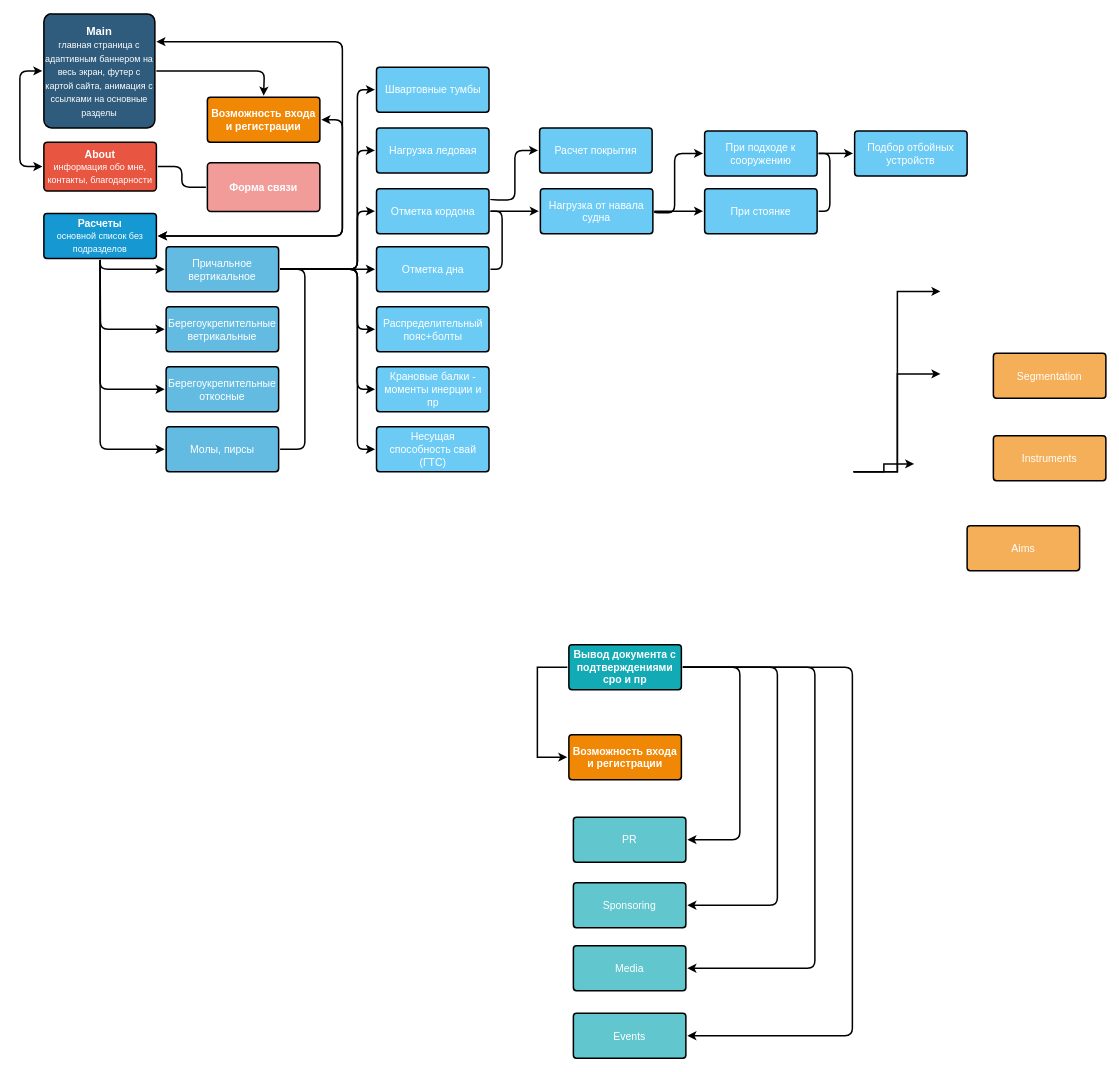
Above: Untitled Diagram.drawio in plasticWorld/The_Rose_Curve (draw.io), before the change. Source tidied: cells renumbered, new cells numbered last; positions are measured from the earlier drawing's top-left corner, leaving out a move shared by most shapes. Both pictures are drawn from the tidied source at 75%, with x=0, y=0 at pixel (15, 14).
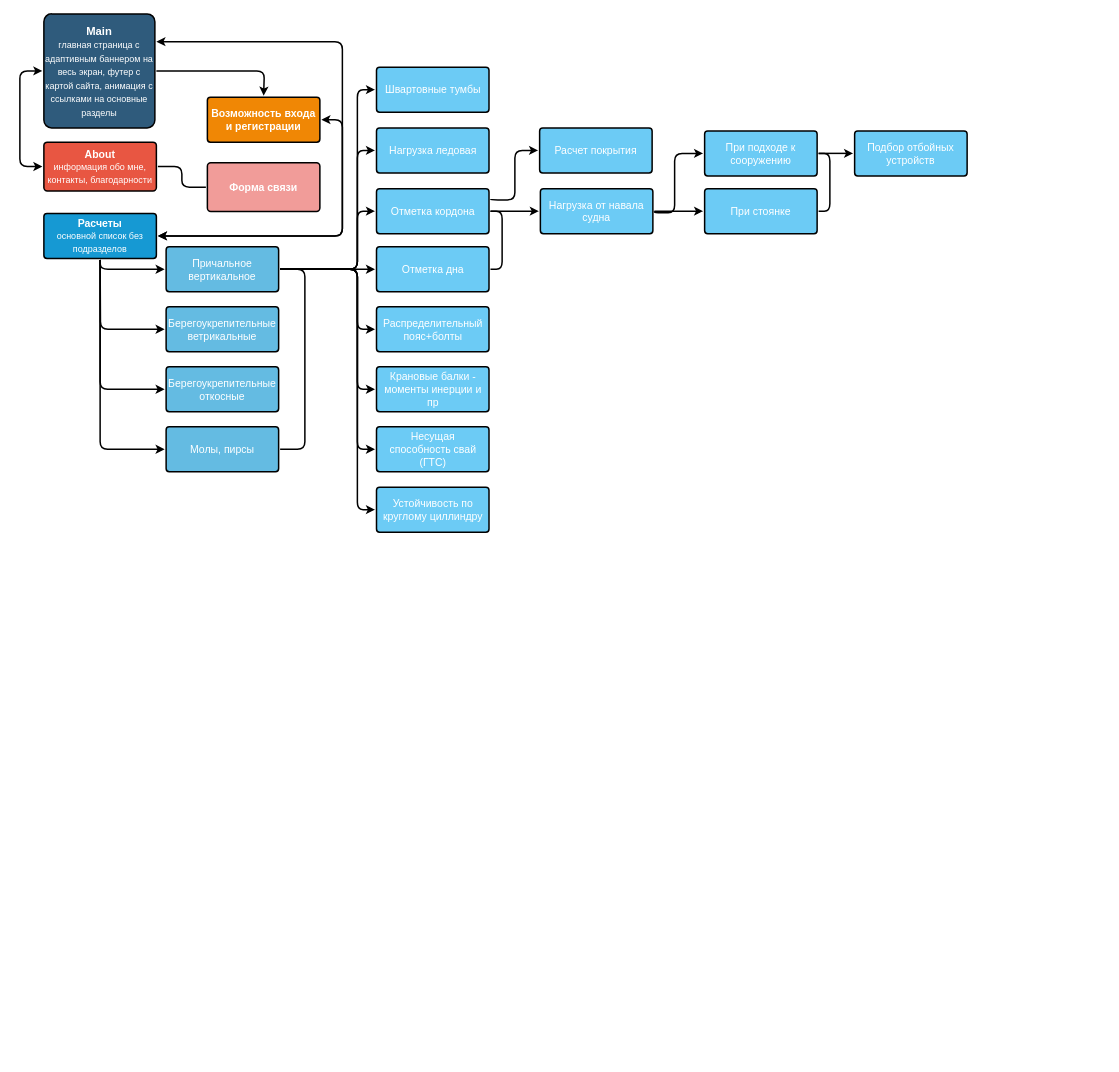
The same page after the edit.

The change refers to these unchanged cells:
```xml
<mxCell id="23" value="Причальное вертикальное" style="rounded=1;whiteSpace=wrap;html=1;shadow=0;labelBackgroundColor=none;strokeColor=#000000;strokeWidth=2;fillColor=#64bbe2;fontFamily=Helvetica;fontSize=14;fontColor=#FFFFFF;align=center;spacing=5;arcSize=7;perimeterSpacing=2;" parent="1" vertex="1">
  <mxGeometry x="201" y="310.5" width="150" height="60" as="geometry" />
</mxCell>
```

Change to the diagram source:
```diff
@@
-    <mxCell id="3" style="edgeStyle=elbowEdgeStyle;rounded=0;jumpStyle=none;jettySize=auto;html=1;entryX=0;entryY=0.5;entryDx=0;entryDy=0;endArrow=classic;endFill=1;strokeColor=#000000;strokeWidth=2;fontSize=14;exitX=0;exitY=0.5;exitDx=0;exitDy=0;" parent="1" edge="1" source="42" target="35">
-      <mxGeometry relative="1" as="geometry">
-        <Array as="points">
-          <mxPoint x="696" y="811" />
-          <mxPoint x="696" y="821" />
-          <mxPoint x="696" y="701" />
-          <mxPoint x="696" y="781" />
-          <mxPoint x="696" y="701" />
-          <mxPoint x="696" y="651" />
-        </Array>
-      </mxGeometry>
-    </mxCell>
@@
-    <mxCell id="35" value="Возможность входа и регистрации" style="rounded=1;whiteSpace=wrap;html=1;shadow=0;labelBackgroundColor=none;strokeColor=#000000;strokeWidth=2;fillColor=#F08705;fontFamily=Helvetica;fontSize=14;fontColor=#FFFFFF;align=center;spacing=5;fontStyle=1;arcSize=7;perimeterSpacing=2;" parent="1" vertex="1">
-      <mxGeometry x="738" y="961" width="150" height="60" as="geometry" />
-    </mxCell>
-    <mxCell id="36" value="Aims&lt;br&gt;" style="rounded=1;whiteSpace=wrap;html=1;shadow=0;labelBackgroundColor=none;strokeColor=#000000;strokeWidth=2;fillColor=#f5af58;fontFamily=Helvetica;fontSize=14;fontColor=#FFFFFF;align=center;spacing=5;arcSize=7;perimeterSpacing=2;" parent="1" vertex="1">
-      <mxGeometry x="1269" y="682.5" width="150" height="60" as="geometry" />
-    </mxCell>
-    <mxCell id="37" style="edgeStyle=elbowEdgeStyle;rounded=0;jumpStyle=none;html=1;shadow=0;labelBackgroundColor=none;startArrow=none;startFill=0;endArrow=classic;endFill=1;jettySize=auto;orthogonalLoop=1;strokeColor=#000000;strokeWidth=2;fontFamily=Helvetica;fontSize=14;fontColor=#FFFFFF;spacing=5;" parent="1" edge="1">
-      <mxGeometry relative="1" as="geometry">
-        <mxPoint x="1117.5" y="610.5" as="sourcePoint" />
-        <mxPoint x="1198.5" y="600" as="targetPoint" />
-      </mxGeometry>
-    </mxCell>
-    <mxCell id="38" value="Instruments" style="rounded=1;whiteSpace=wrap;html=1;shadow=0;labelBackgroundColor=none;strokeColor=#000000;strokeWidth=2;fillColor=#f5af58;fontFamily=Helvetica;fontSize=14;fontColor=#FFFFFF;align=center;spacing=5;arcSize=7;perimeterSpacing=2;" parent="1" vertex="1">
-      <mxGeometry x="1304" y="562.5" width="150" height="60" as="geometry" />
-    </mxCell>
-    <mxCell id="39" style="edgeStyle=elbowEdgeStyle;rounded=0;jumpStyle=none;html=1;shadow=0;labelBackgroundColor=none;startArrow=none;startFill=0;endArrow=classic;endFill=1;jettySize=auto;orthogonalLoop=1;strokeColor=#000000;strokeWidth=2;fontFamily=Helvetica;fontSize=14;fontColor=#FFFFFF;spacing=5;" parent="1" edge="1">
-      <mxGeometry relative="1" as="geometry">
-        <mxPoint x="1117.5" y="610.5" as="sourcePoint" />
-        <mxPoint x="1233.5" y="480" as="targetPoint" />
-      </mxGeometry>
-    </mxCell>
-    <mxCell id="40" value="Segmentation" style="rounded=1;whiteSpace=wrap;html=1;shadow=0;labelBackgroundColor=none;strokeColor=#000000;strokeWidth=2;fillColor=#f5af58;fontFamily=Helvetica;fontSize=14;fontColor=#FFFFFF;align=center;spacing=5;arcSize=7;perimeterSpacing=2;" parent="1" vertex="1">
-      <mxGeometry x="1304" y="452.5" width="150" height="60" as="geometry" />
-    </mxCell>
-    <mxCell id="41" style="edgeStyle=elbowEdgeStyle;rounded=0;jumpStyle=none;html=1;shadow=0;labelBackgroundColor=none;startArrow=none;startFill=0;endArrow=classic;endFill=1;jettySize=auto;orthogonalLoop=1;strokeColor=#000000;strokeWidth=2;fontFamily=Helvetica;fontSize=14;fontColor=#FFFFFF;spacing=5;" parent="1" edge="1">
-      <mxGeometry relative="1" as="geometry">
-        <mxPoint x="1117.5" y="610.5" as="sourcePoint" />
-        <mxPoint x="1233.5" y="370" as="targetPoint" />
-      </mxGeometry>
-    </mxCell>
-    <mxCell id="42" value="Вывод документа с подтверждениями сро и пр" style="rounded=1;whiteSpace=wrap;html=1;shadow=0;labelBackgroundColor=none;strokeColor=#000000;strokeWidth=2;fillColor=#12aab5;fontFamily=Helvetica;fontSize=14;fontColor=#FFFFFF;align=center;spacing=5;fontStyle=1;arcSize=7;perimeterSpacing=2;" parent="1" vertex="1">
-      <mxGeometry x="738" y="841" width="150" height="60" as="geometry" />
-    </mxCell>
-    <mxCell id="43" value="Events" style="rounded=1;whiteSpace=wrap;html=1;shadow=0;labelBackgroundColor=none;strokeColor=#000000;strokeWidth=2;fillColor=#61c6ce;fontFamily=Helvetica;fontSize=14;fontColor=#FFFFFF;align=center;spacing=5;fontStyle=0;arcSize=7;perimeterSpacing=2;" parent="1" vertex="1">
-      <mxGeometry x="744" y="1332.5" width="150" height="60" as="geometry" />
-    </mxCell>
-    <mxCell id="44" style="edgeStyle=elbowEdgeStyle;rounded=1;jumpStyle=none;html=1;shadow=0;labelBackgroundColor=none;startArrow=none;startFill=0;jettySize=auto;strokeColor=#000000;strokeWidth=2;fontFamily=Helvetica;fontSize=14;fontColor=#FFFFFF;spacing=5;fontStyle=1;fillColor=#b0e3e6;" parent="1" edge="1" source="42" target="43">
-      <mxGeometry relative="1" as="geometry">
-        <Array as="points">
-          <mxPoint x="1116" y="831" />
-          <mxPoint x="1106" y="851" />
-        </Array>
-      </mxGeometry>
-    </mxCell>
-    <mxCell id="45" value="Media" style="rounded=1;whiteSpace=wrap;html=1;shadow=0;labelBackgroundColor=none;strokeColor=#000000;strokeWidth=2;fillColor=#61c6ce;fontFamily=Helvetica;fontSize=14;fontColor=#FFFFFF;align=center;spacing=5;fontStyle=0;arcSize=7;perimeterSpacing=2;" parent="1" vertex="1">
-      <mxGeometry x="744" y="1242.5" width="150" height="60" as="geometry" />
-    </mxCell>
-    <mxCell id="46" style="edgeStyle=elbowEdgeStyle;rounded=1;jumpStyle=none;html=1;shadow=0;labelBackgroundColor=none;startArrow=none;startFill=0;jettySize=auto;strokeColor=#000000;strokeWidth=2;fontFamily=Helvetica;fontSize=14;fontColor=#FFFFFF;spacing=5;fontStyle=1;fillColor=#b0e3e6;" parent="1" edge="1" source="42" target="45">
-      <mxGeometry relative="1" as="geometry">
-        <Array as="points">
-          <mxPoint x="1066" y="821" />
-          <mxPoint x="1076" y="861" />
-          <mxPoint x="1409.5" y="844" />
-        </Array>
-      </mxGeometry>
-    </mxCell>
-    <mxCell id="47" value="Sponsoring" style="rounded=1;whiteSpace=wrap;html=1;shadow=0;labelBackgroundColor=none;strokeColor=#000000;strokeWidth=2;fillColor=#61c6ce;fontFamily=Helvetica;fontSize=14;fontColor=#FFFFFF;align=center;spacing=5;fontStyle=0;arcSize=7;perimeterSpacing=2;" parent="1" vertex="1">
-      <mxGeometry x="744" y="1158.5" width="150" height="60" as="geometry" />
-    </mxCell>
-    <mxCell id="48" style="edgeStyle=elbowEdgeStyle;rounded=1;jumpStyle=none;html=1;shadow=0;labelBackgroundColor=none;startArrow=none;startFill=0;jettySize=auto;strokeColor=#000000;strokeWidth=2;fontFamily=Helvetica;fontSize=14;fontColor=#FFFFFF;spacing=5;fontStyle=1;fillColor=#b0e3e6;exitX=1;exitY=0.5;exitDx=0;exitDy=0;" parent="1" edge="1" source="42" target="47">
-      <mxGeometry relative="1" as="geometry">
-        <Array as="points">
-          <mxPoint x="1016" y="901" />
-          <mxPoint x="1409.5" y="788" />
-        </Array>
-      </mxGeometry>
-    </mxCell>
-    <mxCell id="49" value="PR" style="rounded=1;whiteSpace=wrap;html=1;shadow=0;labelBackgroundColor=none;strokeColor=#000000;strokeWidth=2;fillColor=#61c6ce;fontFamily=Helvetica;fontSize=14;fontColor=#FFFFFF;align=center;spacing=5;fontStyle=0;arcSize=7;perimeterSpacing=2;" parent="1" vertex="1">
-      <mxGeometry x="744" y="1071" width="150" height="60" as="geometry" />
-    </mxCell>
-    <mxCell id="50" style="edgeStyle=elbowEdgeStyle;rounded=1;jumpStyle=none;html=1;shadow=0;labelBackgroundColor=none;startArrow=none;startFill=0;jettySize=auto;strokeColor=#000000;strokeWidth=2;fontFamily=Helvetica;fontSize=14;fontColor=#FFFFFF;spacing=5;fontStyle=1;fillColor=#b0e3e6;exitX=1;exitY=0.5;exitDx=0;exitDy=0;" parent="1" edge="1" source="42" target="49">
-      <mxGeometry relative="1" as="geometry">
-        <Array as="points">
-          <mxPoint x="966" y="861" />
-          <mxPoint x="1239.5" y="788" />
-          <mxPoint x="1409.5" y="758" />
-        </Array>
-      </mxGeometry>
-    </mxCell>
@@
+    <mxCell id="64" style="edgeStyle=orthogonalEdgeStyle;rounded=1;comic=0;jettySize=auto;html=1;exitX=1;exitY=0.5;exitDx=0;exitDy=0;startArrow=none;startFill=0;sourcePerimeterSpacing=0;endArrow=classic;endFill=1;strokeWidth=2;entryX=0;entryY=0.5;entryDx=0;entryDy=0;" parent="1" edge="1" source="23" target="65">
+      <mxGeometry relative="1" as="geometry">
+        <Array as="points">
+          <mxPoint x="456" y="341" />
+          <mxPoint x="456" y="661" />
+        </Array>
+      </mxGeometry>
+    </mxCell>
+    <mxCell id="65" value="Устойчивость по круглому циллиндру" style="rounded=1;whiteSpace=wrap;html=1;shadow=0;labelBackgroundColor=none;strokeColor=#000000;strokeWidth=2;fillColor=#6CCBF5;fontFamily=Helvetica;fontSize=14;fontColor=#FFFFFF;align=center;spacing=5;arcSize=7;perimeterSpacing=2;" parent="1" vertex="1">
+      <mxGeometry x="481.5" y="631" width="150" height="60" as="geometry" />
+    </mxCell>
```
